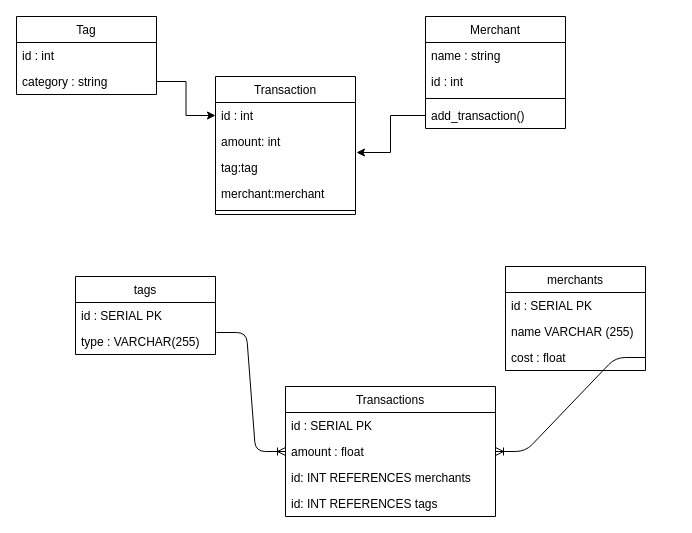
The draw.io diagram Tour Spend Tracker.drawio in lushpurr/project1_spend_tracker, before the edit. Source tidied: cells renumbered, new cells numbered last; positions are measured from the earlier drawing's top-left corner, leaving out a move shared by most shapes. Both pictures are drawn from the tidied source at 100%, with x=0, y=0 at pixel (16, 16).
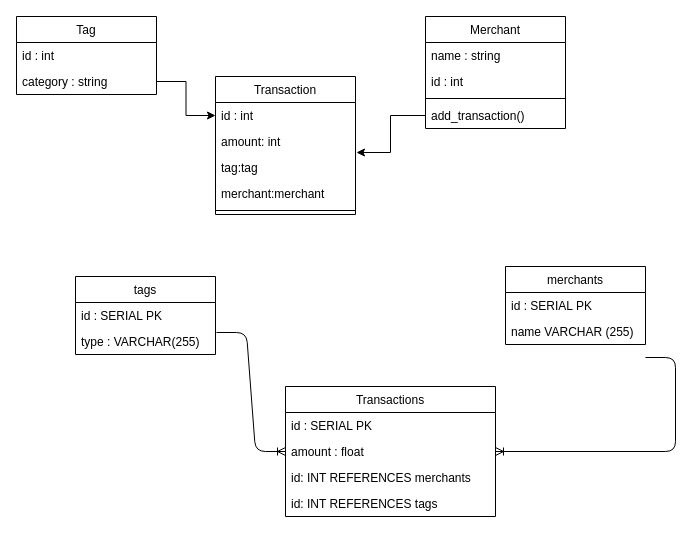
The same diagram, later.

Unchanged cells that the change refers to:
```xml
<mxCell id="25" value="amount : float" style="text;strokeColor=none;fillColor=none;align=left;verticalAlign=top;spacingLeft=4;spacingRight=4;overflow=hidden;points=[[0,0.5],[1,0.5]];portConstraint=eastwest;" parent="23" vertex="1">
  <mxGeometry y="52" width="210" height="26" as="geometry" />
</mxCell>
```

Diff of the diagram source:
```diff
@@
-    <mxCell id="18" style="edgeStyle=entityRelationEdgeStyle;fontSize=12;html=1;endArrow=ERoneToMany;exitX=1;exitY=0.5;exitDx=0;exitDy=0;" parent="1" edge="1" source="22" target="25">
-      <mxGeometry relative="1" as="geometry" />
+    <mxCell id="18" style="edgeStyle=entityRelationEdgeStyle;fontSize=12;html=1;endArrow=ERoneToMany;exitX=1;exitY=0.5;exitDx=0;exitDy=0;" parent="1" edge="1" target="25">
+      <mxGeometry relative="1" as="geometry">
+        <mxPoint x="629" y="341" as="sourcePoint" />
+      </mxGeometry>
     </mxCell>
     <mxCell id="19" value="merchants" style="swimlane;fontStyle=0;horizontal=1;startSize=26;fillColor=none;" parent="1" vertex="1">
-      <mxGeometry x="489" y="250" width="140" height="104" as="geometry" />
+      <mxGeometry x="489" y="250" width="140" height="78" as="geometry" />
     </mxCell>
@@
-    <mxCell id="22" value="cost : float" style="text;strokeColor=none;fillColor=none;align=left;verticalAlign=top;spacingLeft=4;spacingRight=4;overflow=hidden;points=[[0,0.5],[1,0.5]];portConstraint=eastwest;" parent="19" vertex="1">
-      <mxGeometry y="78" width="140" height="26" as="geometry" />
-    </mxCell>
```
